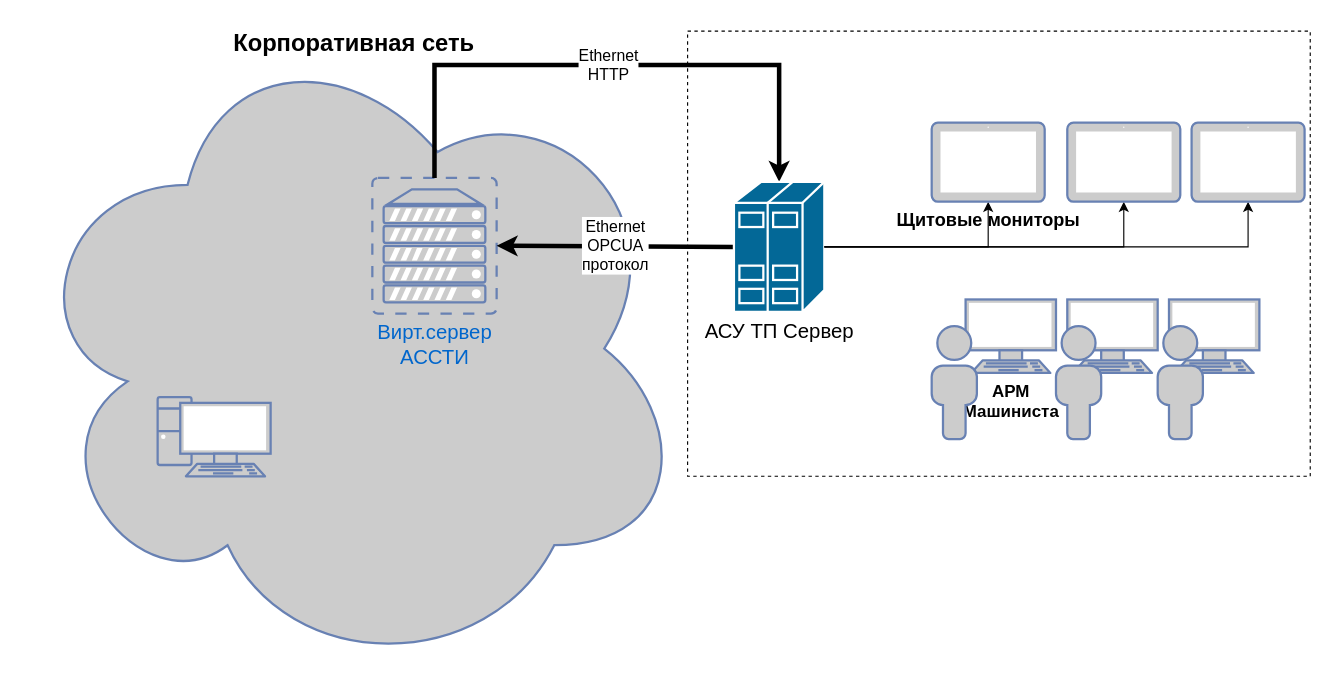
This is page "Page-1" (1 of 2) of Untitled Diagram.drawio from tyrbonit/assti-reports, a draw.io file, before an edit. Source tidied: cells renumbered, new cells numbered last; positions are measured from the earlier drawing's top-left corner, leaving out a move shared by most shapes. Both pictures are drawn from the tidied source at 113%, with x=0, y=0 at pixel (20, 20).
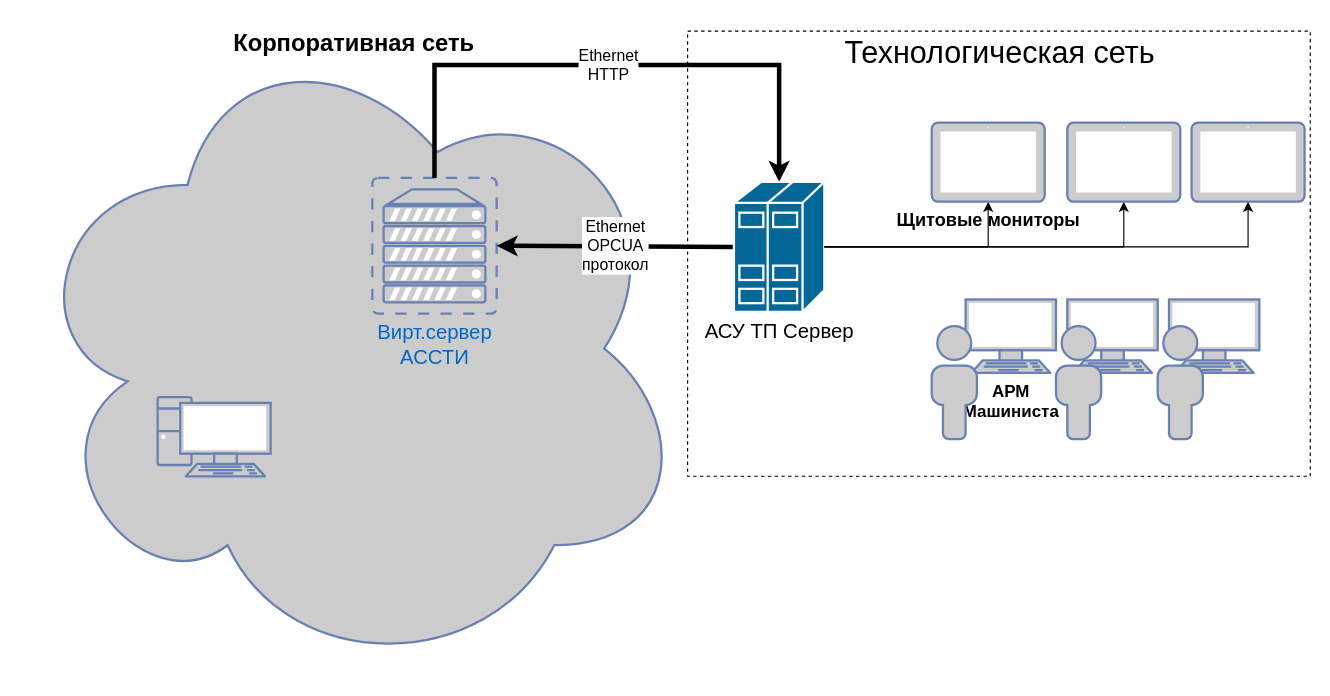
The same page after the edit.

What changed in the source:
```diff
@@
+    <mxCell id="22" value="Технологическая сеть" style="text;html=1;align=center;verticalAlign=middle;fillColor=none;strokeColor=none;rounded=0;fontSize=27;" parent="1" vertex="1">
+      <mxGeometry x="720.5" y="9" width="290" height="40" as="geometry" />
+    </mxCell>
```
